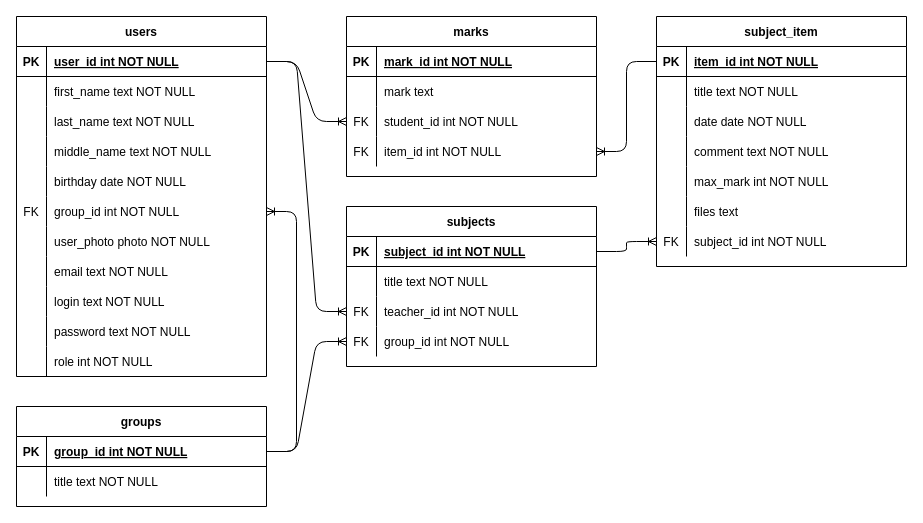
Above: Architecture diagrams/DB.drawio in skaer2/School-Journal-App (draw.io), before the change. Source tidied: cells renumbered, new cells numbered last; positions are measured from the earlier drawing's top-left corner, leaving out a move shared by most shapes. Both pictures are drawn from the tidied source at 100%, with x=0, y=0 at pixel (16, 16).
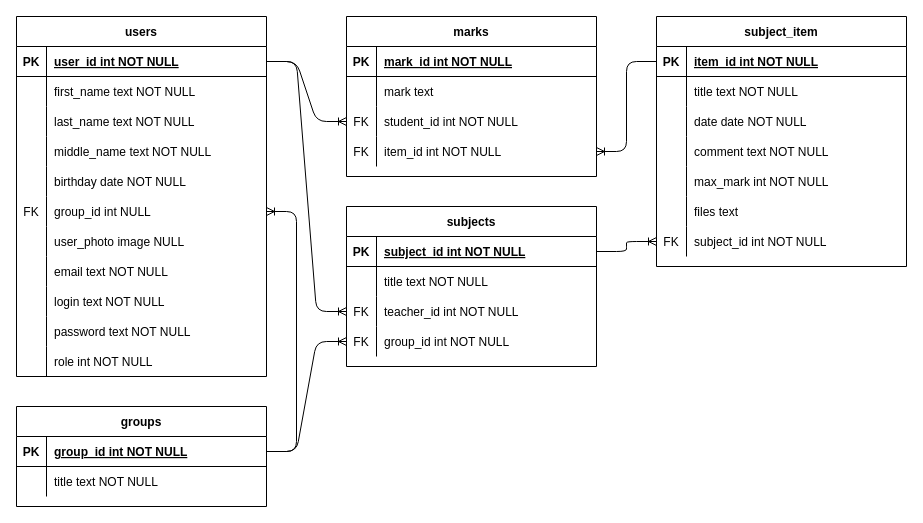
The same page after the edit.

Commit message (it also covers changes not shown here):
DB script and changes to the ER diagram Added table users, fixed ERD mistakes in users table

The change refers to these unchanged cells:
```xml
<mxCell id="38" style="shape=partialRectangle;fillColor=none;top=0;left=0;bottom=0;right=0;points=[[0,0.5],[1,0.5]];portConstraint=eastwest;" parent="22" vertex="1">
  <mxGeometry y="180" width="250" height="30" as="geometry" />
</mxCell>
<mxCell id="41" style="shape=partialRectangle;fillColor=none;top=0;left=0;bottom=0;right=0;" parent="22" vertex="1">
  <mxGeometry y="210" width="250" height="30" as="geometry" />
</mxCell>
```

Diff of the diagram source:
```diff
@@
-    <mxCell id="40" value="group_id int NOT NULL" style="shape=partialRectangle;fillColor=none;top=0;left=0;bottom=0;right=0;align=left;spacingLeft=6;overflow=hidden;" parent="38" vertex="1">
+    <mxCell id="40" value="group_id int NULL" style="shape=partialRectangle;fillColor=none;top=0;left=0;bottom=0;right=0;align=left;spacingLeft=6;overflow=hidden;" parent="38" vertex="1">
       <mxGeometry x="30" width="220" height="30" as="geometry" />
     </mxCell>
@@
-    <mxCell id="43" value="user_photo photo NOT NULL" style="shape=partialRectangle;fillColor=none;top=0;left=0;bottom=0;right=0;align=left;spacingLeft=6;overflow=hidden;" parent="41" vertex="1">
+    <mxCell id="43" value="user_photo image NULL" style="shape=partialRectangle;fillColor=none;top=0;left=0;bottom=0;right=0;align=left;spacingLeft=6;overflow=hidden;" parent="41" vertex="1">
       <mxGeometry x="30" width="220" height="30" as="geometry" />
     </mxCell>
```
